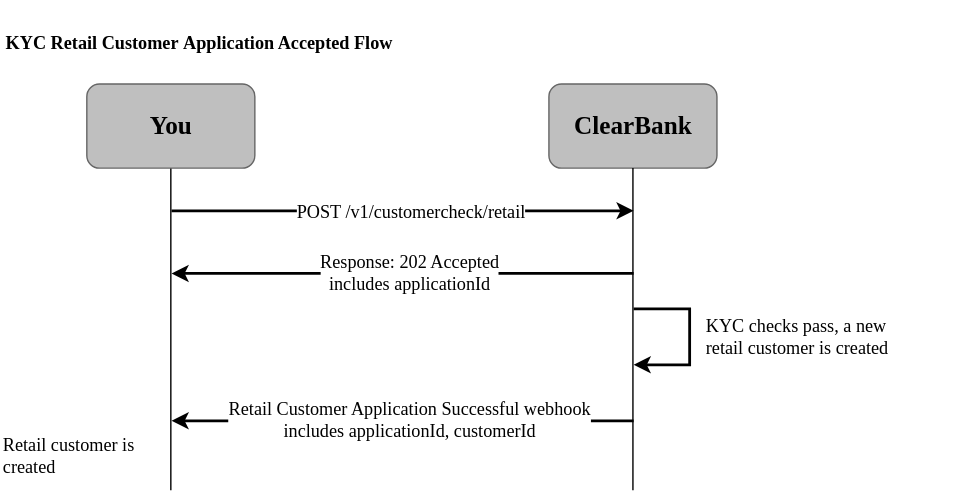
This is assets/images/diagrams/uk/kyc/kyc-flow-success.svg from clearbank/clearbank.github.io, a draw.io export, as it was before one commit. Source tidied: cells renumbered, new cells last; positions are measured from the earlier drawing's top-left corner, leaving out a move shared by most shapes.
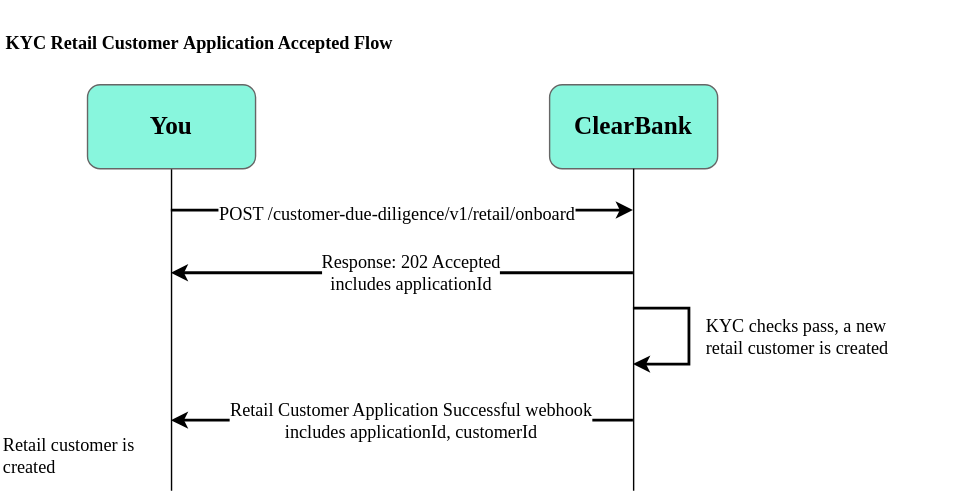
After the commit.

Change to the diagram source:
```diff
@@ -2,7 +2,7 @@
   <root>
     <mxCell id="0" />
     <mxCell id="1" parent="0" />
-    <mxCell id="2" value="ClearBank" style="rounded=1;whiteSpace=wrap;html=1;strokeColor=#666666;fillColor=#BFBFBF;gradientColor=none;fontFamily=Clear Sans Text;fontStyle=1;fontSize=18;fontColor=#000000;" parent="1" vertex="1">
+    <mxCell id="2" value="ClearBank" style="rounded=1;whiteSpace=wrap;html=1;strokeColor=#666666;fillColor=#88F6DD;gradientColor=none;fontFamily=Clear Sans Text;fontStyle=1;fontSize=18;fontColor=#000000;" parent="1" vertex="1">
       <mxGeometry x="392" y="60" width="120" height="60" as="geometry" />
     </mxCell>
     <mxCell id="3" style="edgeStyle=orthogonalEdgeStyle;rounded=0;jettySize=auto;html=1;endArrow=none;endFill=0;exitX=0.5;exitY=1;exitDx=0;exitDy=0;fontFamily=Clear Sans Text;fontSize=13;strokeColor=#000000;" parent="1" edge="1" source="2">
@@ -18,7 +18,7 @@
         <mxPoint x="122" y="350" as="targetPoint" />
       </mxGeometry>
     </mxCell>
-    <mxCell id="5" value="You" style="rounded=1;whiteSpace=wrap;html=1;strokeColor=#666666;fillColor=#BFBFBF;gradientColor=none;fontFamily=Clear Sans Text;fontStyle=1;fontSize=18;fontColor=#000000;" parent="1" vertex="1">
+    <mxCell id="5" value="You" style="rounded=1;whiteSpace=wrap;html=1;strokeColor=#666666;fillColor=#88F6DD;gradientColor=none;fontFamily=Clear Sans Text;fontStyle=1;fontSize=18;fontColor=#000000;fillStyle=solid;" parent="1" vertex="1">
       <mxGeometry x="62" y="60" width="120" height="60" as="geometry" />
     </mxCell>
     <mxCell id="6" style="endArrow=classic;html=1;rounded=0;strokeWidth=2;fontFamily=Clear Sans Text;fontSize=13;strokeColor=#000000;" parent="1" edge="1">
@@ -27,9 +27,9 @@
         <mxPoint x="452" y="150" as="targetPoint" />
       </mxGeometry>
     </mxCell>
-    <mxCell id="7" value="POST /v1/customercheck/retail" style="edgeLabel;html=1;align=center;verticalAlign=middle;fontFamily=Clear Sans Text;fontSize=13;fontColor=#000000;labelBackgroundColor=#FFFFFF;" parent="6" vertex="1">
+    <mxCell id="7" value="POST /customer-due-diligence/v1/retail/onboard" style="edgeLabel;html=1;align=center;verticalAlign=middle;fontFamily=Clear Sans Text;fontSize=13;fontColor=#000000;labelBackgroundColor=#FFFFFF;" parent="6" vertex="1">
       <mxGeometry x="0.09" y="-1" relative="1" as="geometry">
-        <mxPoint x="-9" as="offset" />
+        <mxPoint x="-19" as="offset" />
       </mxGeometry>
     </mxCell>
     <mxCell id="8" style="endArrow=classic;html=1;rounded=0;strokeWidth=2;fontFamily=Clear Sans Text;fontSize=13;strokeColor=#000000;" parent="1" edge="1">
```
